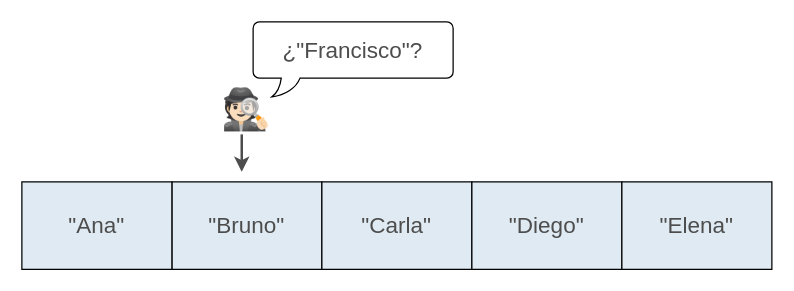
ee-unr/programacion-2 keeps this draw.io diagram as page "paso_1" (2 of 6) of teoria/04_estructuras_y_algoritmos/imgs/arreglo_conjunto_insercion.drawio. Above is the earlier version. Source tidied: cells renumbered, new cells numbered last; positions are measured from the earlier drawing's top-left corner, leaving out a move shared by most shapes. Both pictures are drawn from the tidied source at 125%, with x=0, y=0 at pixel (21, 21). Pictures stored in the file or linked from it are replaced by grey dashed boxes.
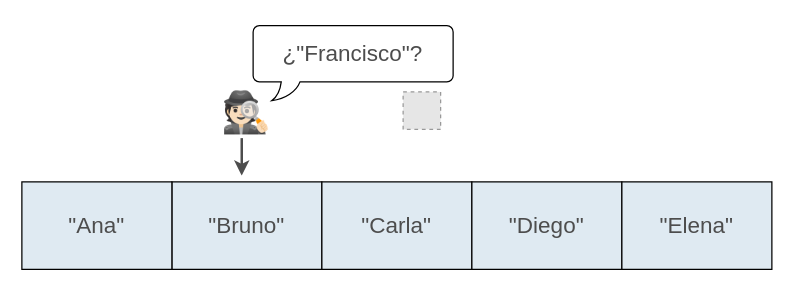
The same diagram, later.

Change to the diagram source:
```diff
@@
 <mxGraphModel>
   <root>
     <mxCell id="0" />
     <mxCell id="1" parent="0" />
     <mxCell id="2" value="&lt;span style=&quot;color: rgb(77, 77, 77); font-family: &amp;quot;Cascadia Code&amp;quot;;&quot;&gt;&lt;font style=&quot;font-size: 18px;&quot;&gt;&quot;Bruno&quot;&lt;/font&gt;&lt;/span&gt;" style="rounded=0;whiteSpace=wrap;html=1;strokeWidth=1;fillColor=#DFEAF2;" parent="1" vertex="1">
       <mxGeometry x="120" y="128" width="120" height="70" as="geometry" />
     </mxCell>
     <mxCell id="3" value="&lt;span style=&quot;color: rgb(77, 77, 77); font-family: &amp;quot;Cascadia Code&amp;quot;;&quot;&gt;&lt;font style=&quot;font-size: 18px;&quot;&gt;&quot;Carla&quot;&lt;/font&gt;&lt;/span&gt;" style="rounded=0;whiteSpace=wrap;html=1;strokeWidth=1;fillColor=#DFEAF2;" parent="1" vertex="1">
       <mxGeometry x="240" y="128" width="120" height="70" as="geometry" />
     </mxCell>
     <mxCell id="4" value="&lt;span style=&quot;color: rgb(77, 77, 77); font-family: &amp;quot;Cascadia Code&amp;quot;;&quot;&gt;&lt;font style=&quot;font-size: 18px;&quot;&gt;&quot;Diego&quot;&lt;/font&gt;&lt;/span&gt;" style="rounded=0;whiteSpace=wrap;html=1;strokeWidth=1;fillColor=#DFEAF2;" parent="1" vertex="1">
       <mxGeometry x="360" y="128" width="120" height="70" as="geometry" />
     </mxCell>
     <mxCell id="5" value="&lt;span style=&quot;color: rgb(77, 77, 77); font-family: &amp;quot;Cascadia Code&amp;quot;;&quot;&gt;&lt;font style=&quot;font-size: 18px;&quot;&gt;&quot;Elena&quot;&lt;/font&gt;&lt;/span&gt;" style="rounded=0;whiteSpace=wrap;html=1;strokeWidth=1;fillColor=#DFEAF2;" parent="1" vertex="1">
       <mxGeometry x="480" y="128" width="120" height="70" as="geometry" />
     </mxCell>
     <mxCell id="6" value="&lt;span style=&quot;color: rgb(77, 77, 77); font-family: &amp;quot;Cascadia Code&amp;quot;;&quot;&gt;&lt;font style=&quot;font-size: 18px;&quot;&gt;&quot;Ana&quot;&lt;/font&gt;&lt;/span&gt;" style="rounded=0;whiteSpace=wrap;html=1;strokeWidth=1;fillColor=#DFEAF2;" parent="1" vertex="1">
       <mxGeometry y="128" width="120" height="70" as="geometry" />
     </mxCell>
-    <mxCell id="7" style="group;" parent="1" vertex="1">
-      <mxGeometry x="145" width="200" height="120" as="geometry" />
-    </mxCell>
+    <mxCell id="12" style="group;" parent="1" vertex="1">
+      <mxGeometry x="145" y="3" width="200" height="120" as="geometry" />
+    </mxCell>
-    <mxCell id="8" style="group;" parent="7" vertex="1">
+    <mxCell id="8" style="group;" parent="12" vertex="1">
       <mxGeometry width="200" height="100" as="geometry" />
     </mxCell>
     <mxCell id="9" value="&lt;font style=&quot;font-size: 32px;&quot;&gt;🕵🏻&lt;/font&gt;" style="text;html=1;align=center;verticalAlign=middle;whiteSpace=wrap;rounded=0;" parent="8" vertex="1">
       <mxGeometry y="40" width="70" height="60" as="geometry" />
     </mxCell>
     <mxCell id="10" value="&lt;font style=&quot;color: rgb(77, 77, 77);&quot;&gt;&lt;span style=&quot;font-family: &amp;quot;Cascadia Code&amp;quot;; font-size: 18px;&quot;&gt;¿&lt;/span&gt;&lt;font style=&quot;font-family: &amp;quot;Cascadia Code&amp;quot;; font-size: 18px; color: rgb(77, 77, 77);&quot;&gt;&quot;Francisco&quot;&lt;/font&gt;&lt;span style=&quot;font-family: &amp;quot;Cascadia Code&amp;quot;; font-size: 18px;&quot;&gt;?&lt;/span&gt;&lt;/font&gt;" style="whiteSpace=wrap;html=1;shape=mxgraph.basic.roundRectCallout;dx=30;dy=15;size=5;boundedLbl=1;" parent="8" vertex="1">
       <mxGeometry x="40" width="160" height="60" as="geometry" />
     </mxCell>
-    <mxCell id="11" style="endArrow=classic;html=1;rounded=0;strokeWidth=2;strokeColor=#4D4D4D;" parent="7" edge="1">
-      <mxGeometry relative="1" as="geometry">
-        <mxPoint x="30.9" y="90" as="sourcePoint" />
-        <mxPoint x="30.9" y="120" as="targetPoint" />
-      </mxGeometry>
-    </mxCell>
+    <mxCell id="13" style="fillColor=#E6E6E6;strokeColor=#999999;dashed=1;verticalLabelPosition=bottom;labelBackgroundColor=default;verticalAlign=top;" parent="8" vertex="1">
+      <mxGeometry x="160" y="53" width="30" height="30" as="geometry" />
+    </mxCell>
+    <mxCell id="14" style="endArrow=classic;html=1;rounded=0;strokeWidth=2;strokeColor=#4D4D4D;" parent="12" edge="1">
+      <mxGeometry relative="1" as="geometry">
+        <mxPoint x="30.9" y="90" as="sourcePoint" />
+        <mxPoint x="30.9" y="120" as="targetPoint" />
+      </mxGeometry>
+    </mxCell>
   </root>
 </mxGraphModel>
```
